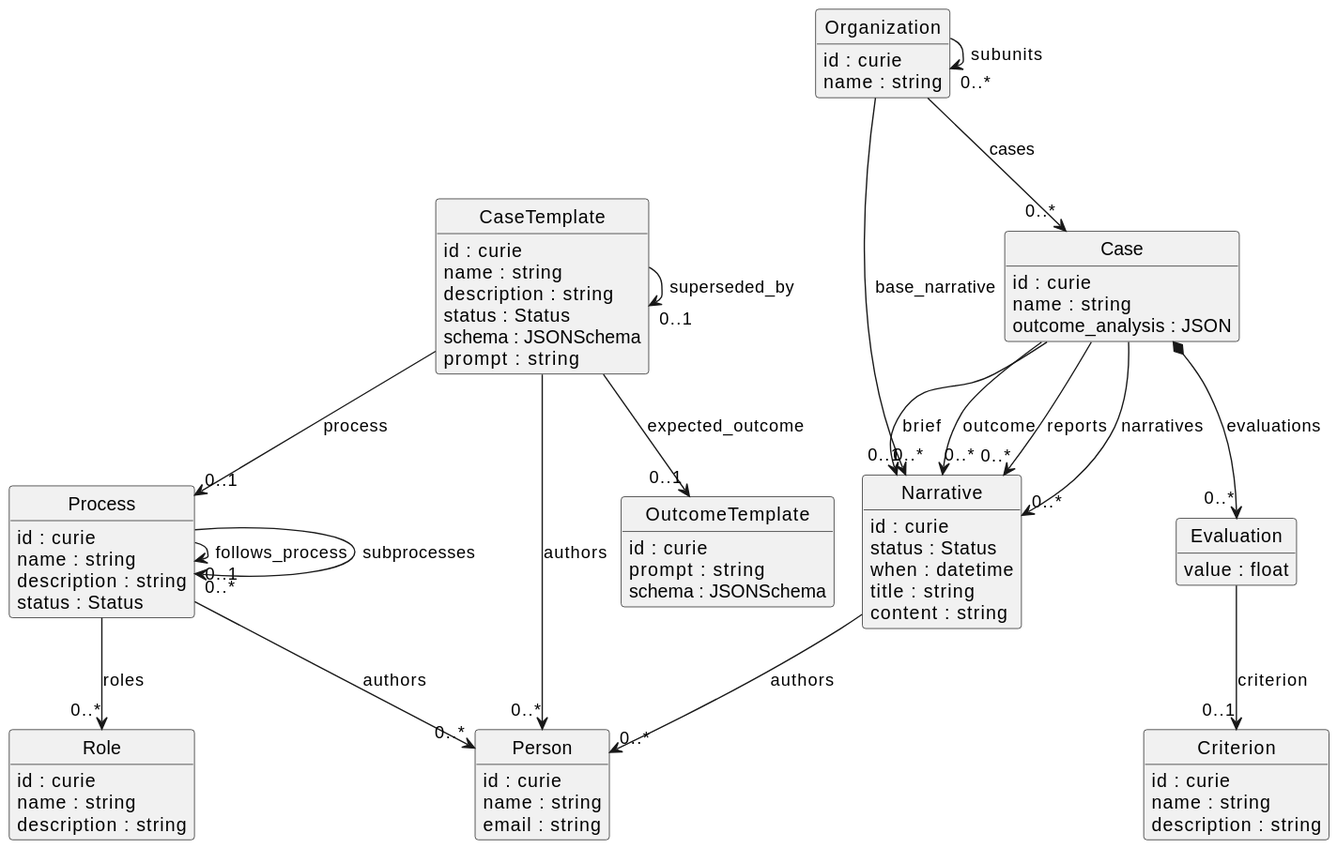
Existentialist-Robot/ProcesSieve keeps this PlantUML diagram as schema.svg. Above is the earlier version. Source of this version:
```plantuml
@startuml
skinparam nodesep 10
hide circle
hide empty members
class "Process" [[{None}]] {
    {field} id : curie
    {field} name : string
    {field} description : string
    {field} status : Status
}
class "Role" [[{None}]] {
    {field} id : curie
    {field} name : string
    {field} description : string
}
"Process" --> "0..*" "Role" : "roles"
class "Person" [[{None}]] {
    {field} id : curie
    {field} name : string
    {field} email : string
}
class "CaseTemplate" [[{None}]] {
    {field} id : curie
    {field} name : string
    {field} description : string
    {field} status : Status
    {field} schema : JSONSchema
    {field} prompt : string
}
"Process" --> "0..1" "Process" : "follows_process"
"Process" --> "0..*" "Process" : "subprocesses"
"Process" --> "0..*" "Person" : "authors"
"CaseTemplate" --> "0..1" "Process" : "process"
class "Narrative" [[{None}]] {
    {field} id : curie
    {field} status : Status
    {field} when : datetime
    {field} title : string
    {field} content : string
}
"CaseTemplate" --> "0..*" "Person" : "authors"
"Narrative" --> "0..*" "Person" : "authors"
class "OutcomeTemplate" [[{None}]] {
    {field} id : curie
    {field} prompt : string
    {field} schema : JSONSchema
}
"CaseTemplate" --> "0..1" "OutcomeTemplate" : "expected_outcome"
class "Organization" [[{None}]] {
    {field} id : curie
    {field} name : string
}
class "Case" [[{None}]] {
    {field} id : curie
    {field} name : string
    {field} outcome_analysis : JSON
}
"Organization" --> "0..*" "Case" : "cases"
"Organization" --> "0..*" "Organization" : "subunits"
"Organization" --> "0..1" "Narrative" : "base_narrative"
"Case" --> "0..*" "Narrative" : "brief"
"Case" --> "0..*" "Narrative" : "outcome"
"Case" --> "0..*" "Narrative" : "reports"
"Case" --> "0..*" "Narrative" : "narratives"
class "Evaluation" [[{None}]] {
    {field} value : float
}
class "Criterion" [[{None}]] {
    {field} id : curie
    {field} name : string
    {field} description : string
}
"Evaluation" --> "0..1" "Criterion" : "criterion"
"Case" *--> "0..*" "Evaluation" : "evaluations"
"CaseTemplate" --> "0..1" "CaseTemplate" : "superseded_by"
@enduml
```
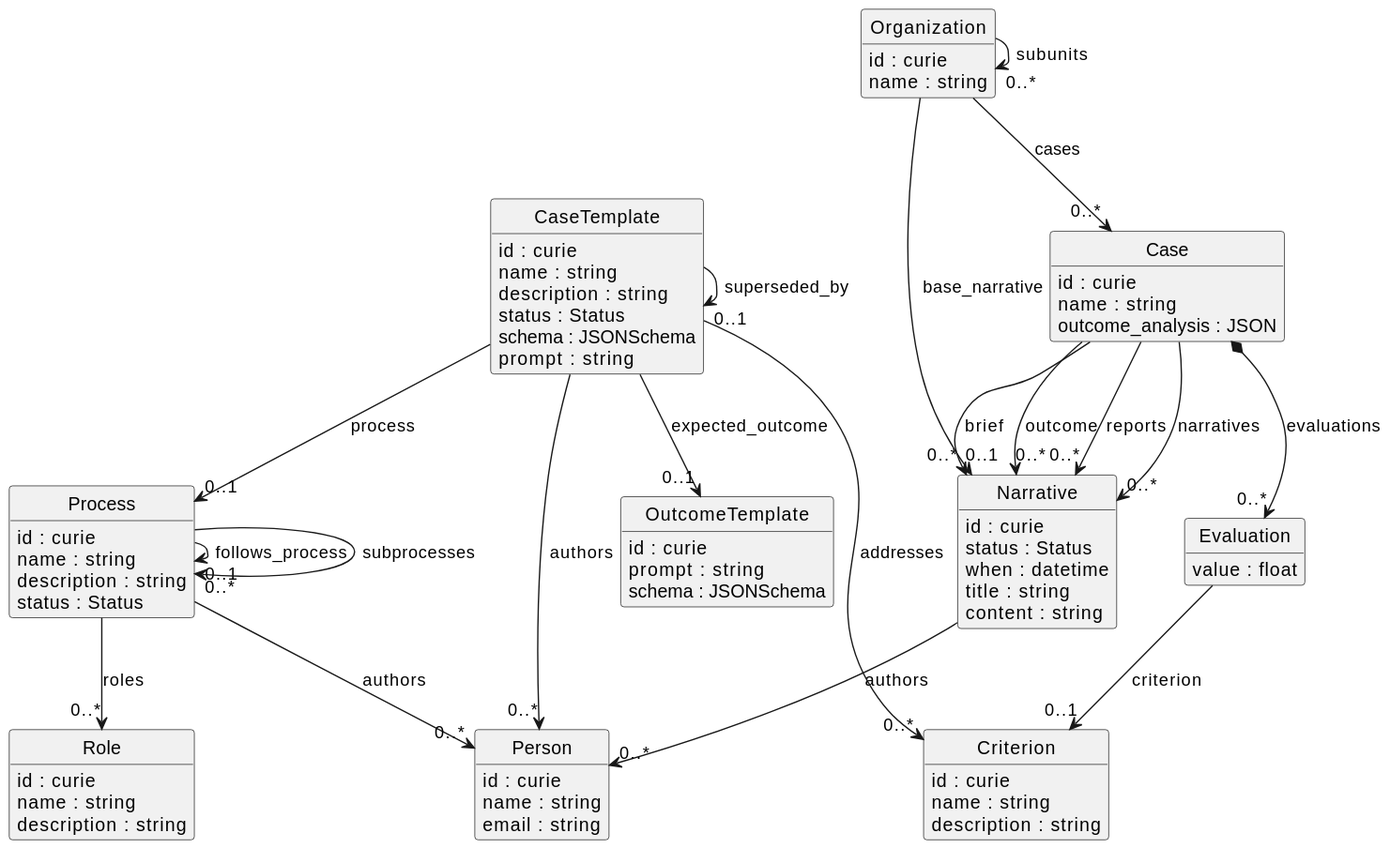
After the change.

Commit message:
template addresses criteria

Diff of the diagram source:
```diff
@@ -72,5 +72,6 @@
 }
 "Evaluation" --> "0..1" "Criterion" : "criterion"
 "Case" *--> "0..*" "Evaluation" : "evaluations"
+"CaseTemplate" --> "0..*" "Criterion" : "addresses"
 "CaseTemplate" --> "0..1" "CaseTemplate" : "superseded_by"
 @enduml
```
